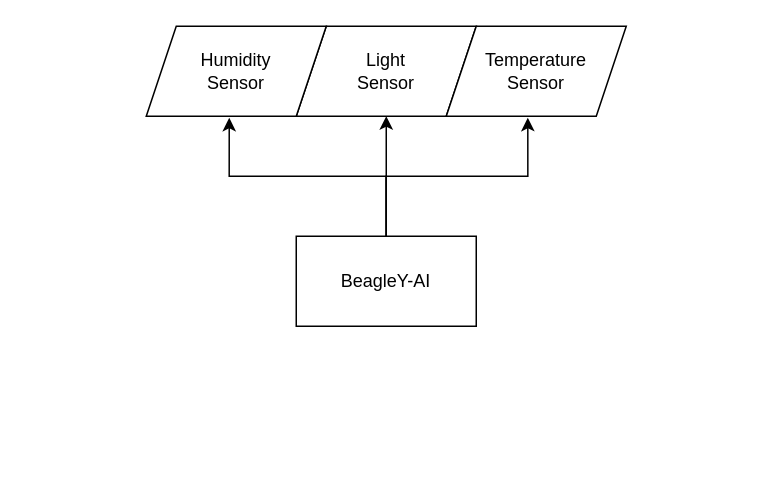
The draw.io diagram CMPT433.drawio in Reecelandry/CMPT433-Project, before the edit. Source tidied: cells renumbered, new cells numbered last; positions are measured from the earlier drawing's top-left corner, leaving out a move shared by most shapes. Both pictures are drawn from the tidied source at 150%, with x=0, y=0 at pixel (146, 26).
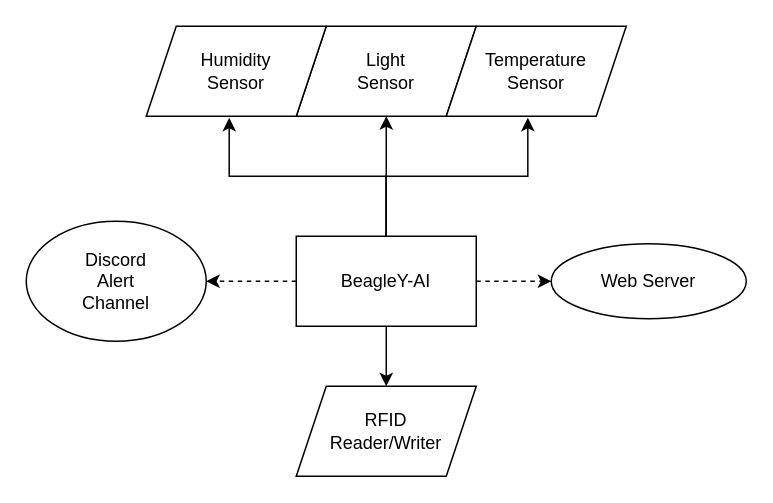
The same page after the edit.

What changed in the source:
```diff
@@
 <mxGraphModel>
   <root>
     <mxCell id="0" />
     <mxCell id="1" parent="0" />
     <mxCell id="2" style="edgeStyle=orthogonalEdgeStyle;rounded=0;jettySize=auto;html=1;" parent="1" edge="1" source="4" target="5">
       <mxGeometry relative="1" as="geometry" />
     </mxCell>
     <mxCell id="3" style="edgeStyle=orthogonalEdgeStyle;rounded=0;jettySize=auto;html=1;exitX=0.5;exitY=0;exitDx=0;exitDy=0;entryX=0.453;entryY=1.017;entryDx=0;entryDy=0;entryPerimeter=0;" parent="1" edge="1" source="4" target="6">
       <mxGeometry relative="1" as="geometry" />
     </mxCell>
+    <mxCell id="9" style="edgeStyle=orthogonalEdgeStyle;rounded=0;jettySize=auto;html=1;entryX=1;entryY=0.5;entryDx=0;entryDy=0;dashed=1;" parent="1" edge="1" source="4" target="12">
+      <mxGeometry relative="1" as="geometry" />
+    </mxCell>
+    <mxCell id="10" style="edgeStyle=orthogonalEdgeStyle;rounded=0;jettySize=auto;html=1;dashed=1;" parent="1" edge="1" source="4" target="13">
+      <mxGeometry relative="1" as="geometry" />
+    </mxCell>
+    <mxCell id="11" style="edgeStyle=orthogonalEdgeStyle;rounded=0;jettySize=auto;html=1;" parent="1" edge="1" source="4" target="14">
+      <mxGeometry relative="1" as="geometry" />
+    </mxCell>
     <mxCell id="4" value="BeagleY-AI" style="rounded=0;whiteSpace=wrap;html=1;" parent="1" vertex="1">
       <mxGeometry x="100" y="140" width="120" height="60" as="geometry" />
     </mxCell>
     <mxCell id="5" value="Light&lt;div&gt;Sensor&lt;/div&gt;" style="shape=parallelogram;perimeter=parallelogramPerimeter;whiteSpace=wrap;html=1;fixedSize=1;rounded=0;" parent="1" vertex="1">
       <mxGeometry x="100" width="120" height="60" as="geometry" />
     </mxCell>
     <mxCell id="6" value="Temperature&lt;div&gt;Sensor&lt;/div&gt;" style="shape=parallelogram;perimeter=parallelogramPerimeter;whiteSpace=wrap;html=1;fixedSize=1;rounded=0;" parent="1" vertex="1">
       <mxGeometry x="200" width="120" height="60" as="geometry" />
     </mxCell>
     <mxCell id="7" value="Humidity&lt;div&gt;Sensor&lt;/div&gt;" style="shape=parallelogram;perimeter=parallelogramPerimeter;whiteSpace=wrap;html=1;fixedSize=1;rounded=0;" parent="1" vertex="1">
       <mxGeometry width="120" height="60" as="geometry" />
     </mxCell>
     <mxCell id="8" style="edgeStyle=orthogonalEdgeStyle;rounded=0;jettySize=auto;html=1;entryX=0.461;entryY=1.017;entryDx=0;entryDy=0;entryPerimeter=0;" parent="1" edge="1" source="4" target="7">
       <mxGeometry relative="1" as="geometry" />
     </mxCell>
+    <mxCell id="12" value="Discord&lt;div&gt;Alert&lt;/div&gt;&lt;div&gt;Channel&lt;/div&gt;" style="ellipse;whiteSpace=wrap;html=1;" parent="1" vertex="1">
+      <mxGeometry x="-80" y="130" width="120" height="80" as="geometry" />
+    </mxCell>
+    <mxCell id="13" value="Web Server" style="ellipse;whiteSpace=wrap;html=1;rounded=0;" parent="1" vertex="1">
+      <mxGeometry x="270" y="145" width="130" height="50" as="geometry" />
+    </mxCell>
+    <mxCell id="14" value="RFID&lt;div&gt;Reader/Writer&lt;/div&gt;" style="shape=parallelogram;perimeter=parallelogramPerimeter;whiteSpace=wrap;html=1;fixedSize=1;rounded=0;" parent="1" vertex="1">
+      <mxGeometry x="100" y="240" width="120" height="60" as="geometry" />
+    </mxCell>
   </root>
 </mxGraphModel>
```
